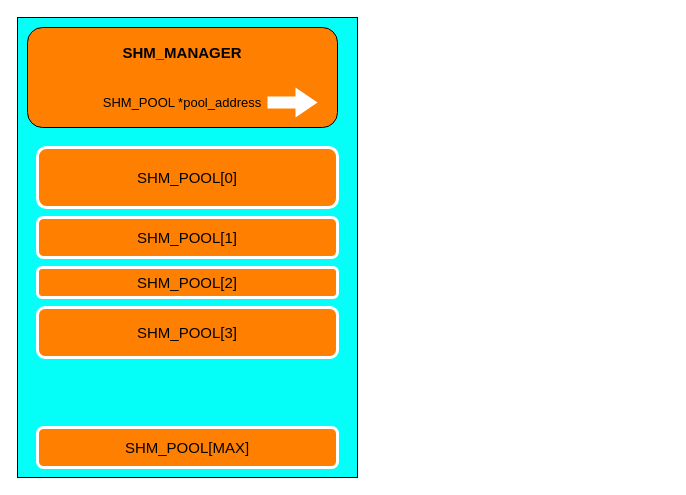
FAKERINHEART/draw_folder keeps this draw.io diagram as Untitled Diagram.drawio. Above is the earlier version. Source tidied: cells renumbered, new cells numbered last; positions are measured from the earlier drawing's top-left corner, leaving out a move shared by most shapes. Both pictures are drawn from the tidied source at 100%, with x=0, y=0 at pixel (17, 17).
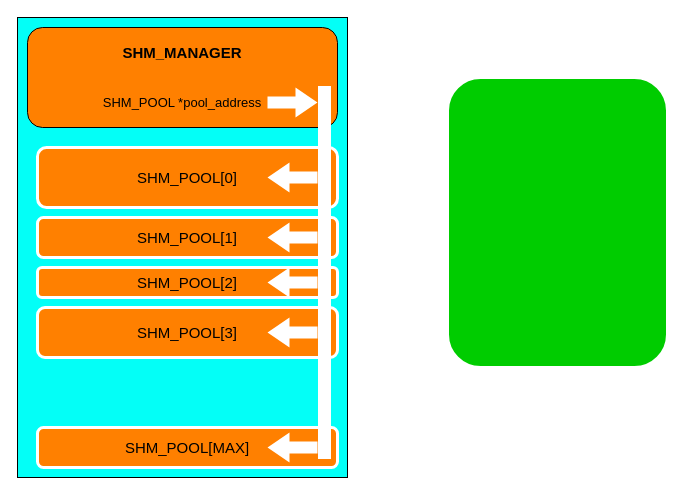
The same page after the edit.

The edit, as a diff of the source:
```diff
@@
 <mxGraphModel>
   <root>
     <mxCell id="0" />
     <mxCell id="1" parent="0" />
     <mxCell id="2" style="rounded=0;whiteSpace=wrap;html=1;shadow=0;glass=0;fillColor=#03FFF7;gradientColor=none;" parent="1" vertex="1">
-      <mxGeometry width="340" height="460" as="geometry" />
+      <mxGeometry width="330" height="460" as="geometry" />
     </mxCell>
     <mxCell id="3" style="rounded=1;whiteSpace=wrap;html=1;fillColor=#FF8000;" parent="1" vertex="1">
       <mxGeometry x="10" y="10" width="310" height="100" as="geometry" />
     </mxCell>
     <mxCell id="4" value="SHM_MANAGER" style="rounded=0;whiteSpace=wrap;html=1;shadow=0;glass=0;fillColor=#FF8000;gradientColor=none;fontSize=15;strokeColor=none;fontStyle=1;" parent="1" vertex="1">
       <mxGeometry x="65" y="20" width="200" height="30" as="geometry" />
     </mxCell>
     <mxCell id="5" value="SHM_POOL *pool_address" style="rounded=0;whiteSpace=wrap;html=1;shadow=0;glass=0;fillColor=#FF8000;gradientColor=none;fontSize=13;strokeColor=none;" parent="1" vertex="1">
       <mxGeometry x="75" y="70" width="180" height="30" as="geometry" />
     </mxCell>
     <mxCell id="6" value="SHM_POOL[0]" style="rounded=1;whiteSpace=wrap;html=1;shadow=0;glass=0;fillColor=#FF8000;gradientColor=none;fontSize=15;strokeColor=#FFFFFF;strokeWidth=3;" parent="1" vertex="1">
       <mxGeometry x="20" y="130" width="300" height="60" as="geometry" />
     </mxCell>
     <mxCell id="7" value="SHM_POOL[1]" style="rounded=1;whiteSpace=wrap;html=1;shadow=0;glass=0;fillColor=#FF8000;gradientColor=none;fontSize=15;strokeColor=#FFFFFF;strokeWidth=3;" parent="1" vertex="1">
       <mxGeometry x="20" y="200" width="300" height="40" as="geometry" />
     </mxCell>
     <mxCell id="8" value="SHM_POOL[2]" style="rounded=1;whiteSpace=wrap;html=1;shadow=0;glass=0;fillColor=#FF8000;gradientColor=none;fontSize=15;strokeColor=#FFFFFF;strokeWidth=3;" parent="1" vertex="1">
       <mxGeometry x="20" y="250" width="300" height="30" as="geometry" />
     </mxCell>
     <mxCell id="9" value="SHM_POOL[3]" style="rounded=1;whiteSpace=wrap;html=1;shadow=0;glass=0;fillColor=#FF8000;gradientColor=none;fontSize=15;strokeColor=#FFFFFF;strokeWidth=3;" parent="1" vertex="1">
       <mxGeometry x="20" y="290" width="300" height="50" as="geometry" />
     </mxCell>
     <mxCell id="10" value="SHM_POOL[MAX]" style="rounded=1;whiteSpace=wrap;html=1;shadow=0;glass=0;fillColor=#FF8000;gradientColor=none;fontSize=15;strokeColor=#FFFFFF;strokeWidth=3;" parent="1" vertex="1">
       <mxGeometry x="20" y="410" width="300" height="40" as="geometry" />
     </mxCell>
     <mxCell id="11" style="html=1;shadow=0;dashed=0;align=center;verticalAlign=middle;shape=mxgraph.arrows2.arrow;dy=0.6;dx=22;notch=0;rounded=1;glass=0;strokeWidth=3;gradientColor=none;fontSize=15;strokeColor=none;fillColor=#FFFFFF;" parent="1" vertex="1">
       <mxGeometry x="250" y="70" width="50" height="30" as="geometry" />
     </mxCell>
+    <mxCell id="12" style="rounded=0;whiteSpace=wrap;html=1;shadow=0;glass=0;strokeColor=#FFFFFF;strokeWidth=3;fillColor=#FFFFFF;gradientColor=none;fontSize=15;" parent="1" vertex="1">
+      <mxGeometry x="302" y="70" width="10" height="370" as="geometry" />
+    </mxCell>
+    <mxCell id="13" style="html=1;shadow=0;dashed=0;align=center;verticalAlign=middle;shape=mxgraph.arrows2.arrow;dy=0.6;dx=22;notch=0;rounded=1;glass=0;strokeWidth=3;gradientColor=none;fontSize=15;strokeColor=none;fillColor=#FFFFFF;rotation=-180;" parent="1" vertex="1">
+      <mxGeometry x="250" y="145" width="50" height="30" as="geometry" />
+    </mxCell>
+    <mxCell id="14" style="html=1;shadow=0;dashed=0;align=center;verticalAlign=middle;shape=mxgraph.arrows2.arrow;dy=0.6;dx=22;notch=0;rounded=1;glass=0;strokeWidth=3;gradientColor=none;fontSize=15;strokeColor=none;fillColor=#FFFFFF;rotation=-180;" parent="1" vertex="1">
+      <mxGeometry x="250" y="205" width="50" height="30" as="geometry" />
+    </mxCell>
+    <mxCell id="15" style="html=1;shadow=0;dashed=0;align=center;verticalAlign=middle;shape=mxgraph.arrows2.arrow;dy=0.6;dx=22;notch=0;rounded=1;glass=0;strokeWidth=3;gradientColor=none;fontSize=15;strokeColor=none;fillColor=#FFFFFF;rotation=-180;" parent="1" vertex="1">
+      <mxGeometry x="250" y="250" width="50" height="30" as="geometry" />
+    </mxCell>
+    <mxCell id="16" style="html=1;shadow=0;dashed=0;align=center;verticalAlign=middle;shape=mxgraph.arrows2.arrow;dy=0.6;dx=22;notch=0;rounded=1;glass=0;strokeWidth=3;gradientColor=none;fontSize=15;strokeColor=none;fillColor=#FFFFFF;rotation=-180;" parent="1" vertex="1">
+      <mxGeometry x="250" y="300" width="50" height="30" as="geometry" />
+    </mxCell>
+    <mxCell id="17" style="html=1;shadow=0;dashed=0;align=center;verticalAlign=middle;shape=mxgraph.arrows2.arrow;dy=0.6;dx=22;notch=0;rounded=1;glass=0;strokeWidth=3;gradientColor=none;fontSize=15;strokeColor=none;fillColor=#FFFFFF;rotation=-180;" parent="1" vertex="1">
+      <mxGeometry x="250" y="415" width="50" height="30" as="geometry" />
+    </mxCell>
+    <mxCell id="18" style="rounded=1;whiteSpace=wrap;html=1;shadow=0;glass=0;strokeColor=#FFFFFF;strokeWidth=3;gradientColor=none;fontSize=15;fillColor=#00CC00;" parent="1" vertex="1">
+      <mxGeometry x="430" y="60" width="220" height="290" as="geometry" />
+    </mxCell>
   </root>
 </mxGraphModel>
```
